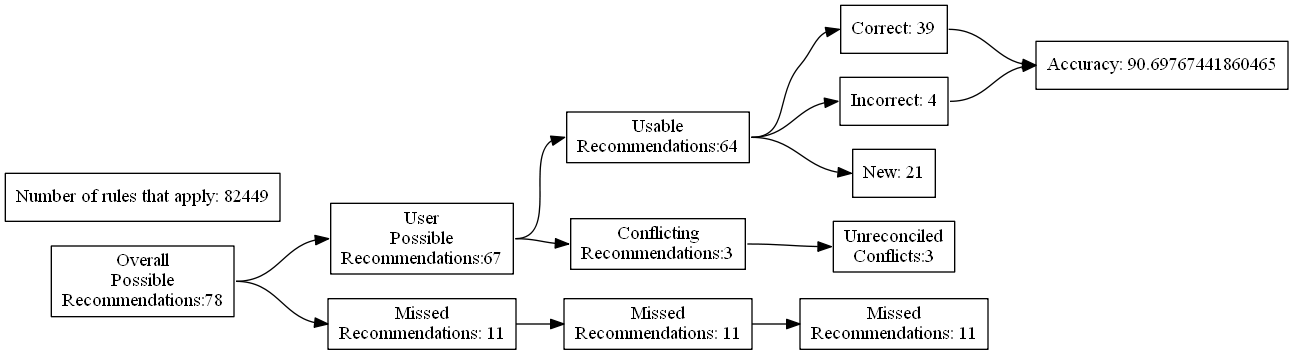
The Graphviz diagram test_renders/34.gv.png in ZaxR/ibd_diet_analysis, before a commit. Its source is kept beside it as test_renders/34.gv.
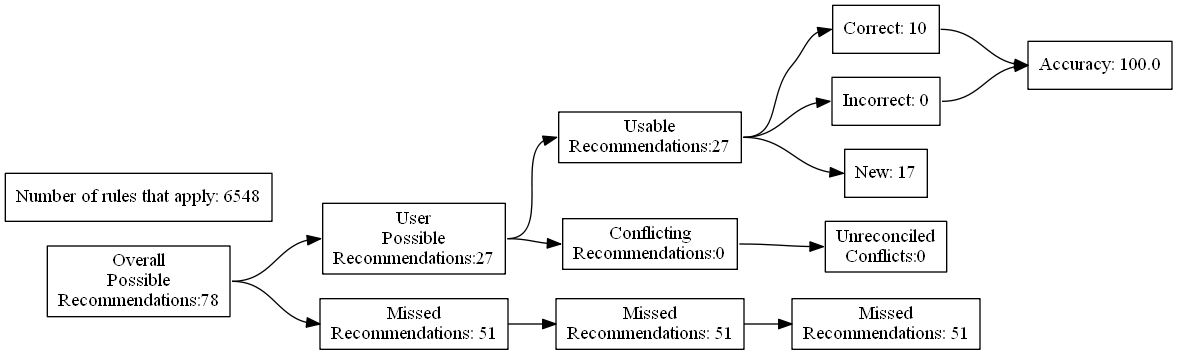
The same diagram one commit later.

What changed in the source:
```diff
@@ -7,24 +7,24 @@
 Recommendations:78"]
 		B [label="User
 Possible
-Recommendations:67"]
+Recommendations:27"]
 		C [label="Missed
-Recommendations: 11"]
+Recommendations: 51"]
 		D [label="Usable
-Recommendations:64"]
+Recommendations:27"]
 		E [label="Conflicting
-Recommendations:3"]
+Recommendations:0"]
 		J [label="Missed
-Recommendations: 11"]
+Recommendations: 51"]
 		M [label="Unreconciled
-Conflicts:3"]
-		F [label="Correct: 39"]
-		G [label="Incorrect: 4"]
-		H [label="New: 21"]
+Conflicts:0"]
+		F [label="Correct: 10"]
+		G [label="Incorrect: 0"]
+		H [label="New: 17"]
 		K [label="Missed
-Recommendations: 11"]
-		I [label="Accuracy: 90.69767441860465"]
-		l [label="Number of rules that apply: 82449"]
+Recommendations: 51"]
+		I [label="Accuracy: 100.0"]
+		l [label="Number of rules that apply: 6548"]
 			A -> B
 			A -> C
 			B -> D
```
